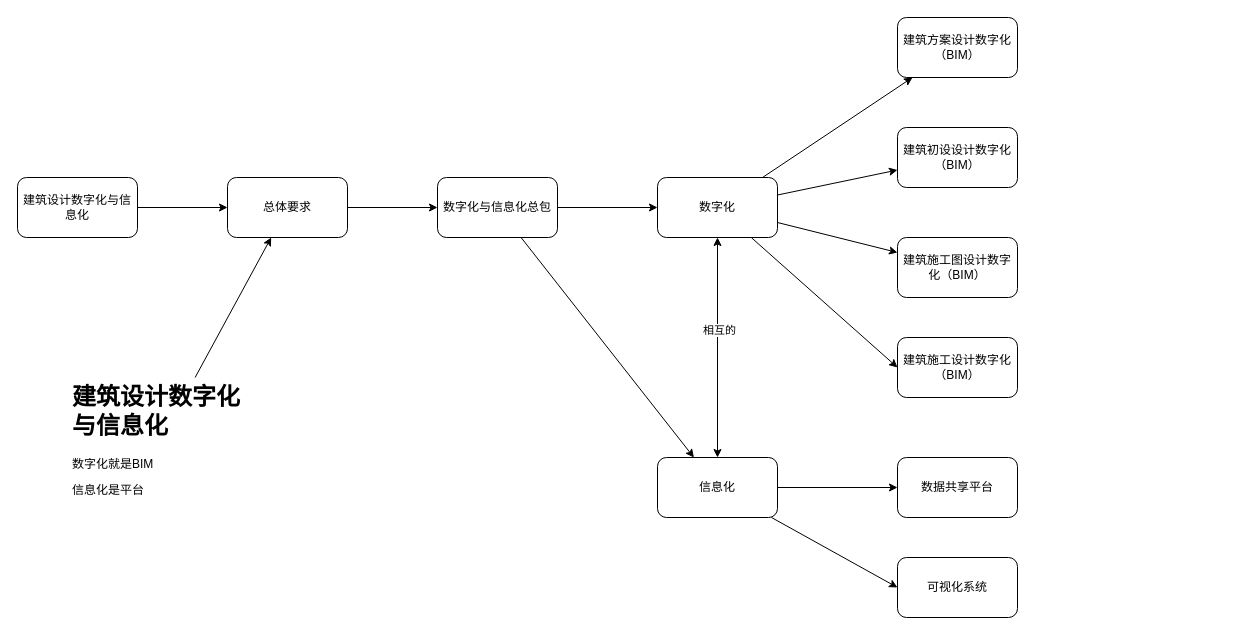
Earlier version of the draw.io diagram BIM咨询业务.drawio (gaochaowyq/MinderGraph). Source tidied: cells renumbered, new cells numbered last; positions are measured from the earlier drawing's top-left corner, leaving out a move shared by most shapes. Both pictures are drawn from the tidied source at 100%, with x=0, y=0 at pixel (17, 17).
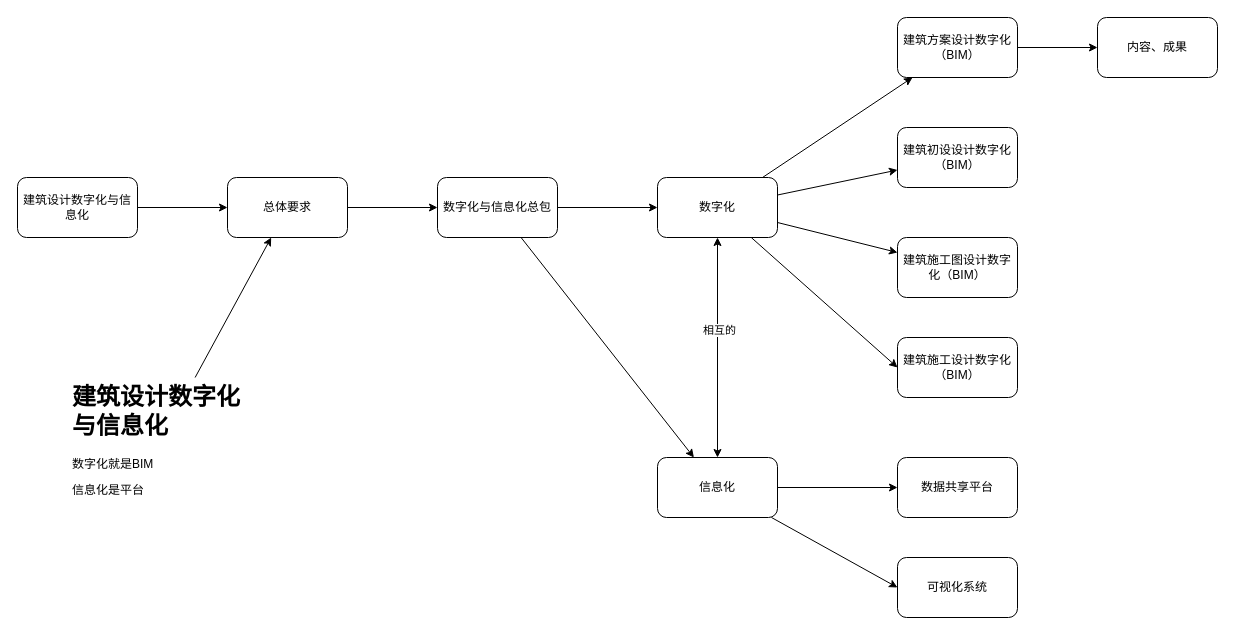
The same page after the edit.

Commit message (it also covers changes not shown here):
更新BIM咨询业务.drawio

The change refers to these unchanged cells:
```xml
<mxCell id="13" value="建筑方案设计数字化（BIM）" style="rounded=1;whiteSpace=wrap;html=1;" parent="1" vertex="1">
  <mxGeometry x="880" width="120" height="60" as="geometry" />
</mxCell>
```

Diff of the diagram source:
```diff
@@
+    <mxCell id="27" style="rounded=0;jettySize=auto;html=1;" parent="1" edge="1" source="13" target="28">
+      <mxGeometry relative="1" as="geometry" />
+    </mxCell>
@@
+    <mxCell id="28" value="内容、成果" style="rounded=1;whiteSpace=wrap;html=1;" parent="1" vertex="1">
+      <mxGeometry x="1080" width="120" height="60" as="geometry" />
+    </mxCell>
```
